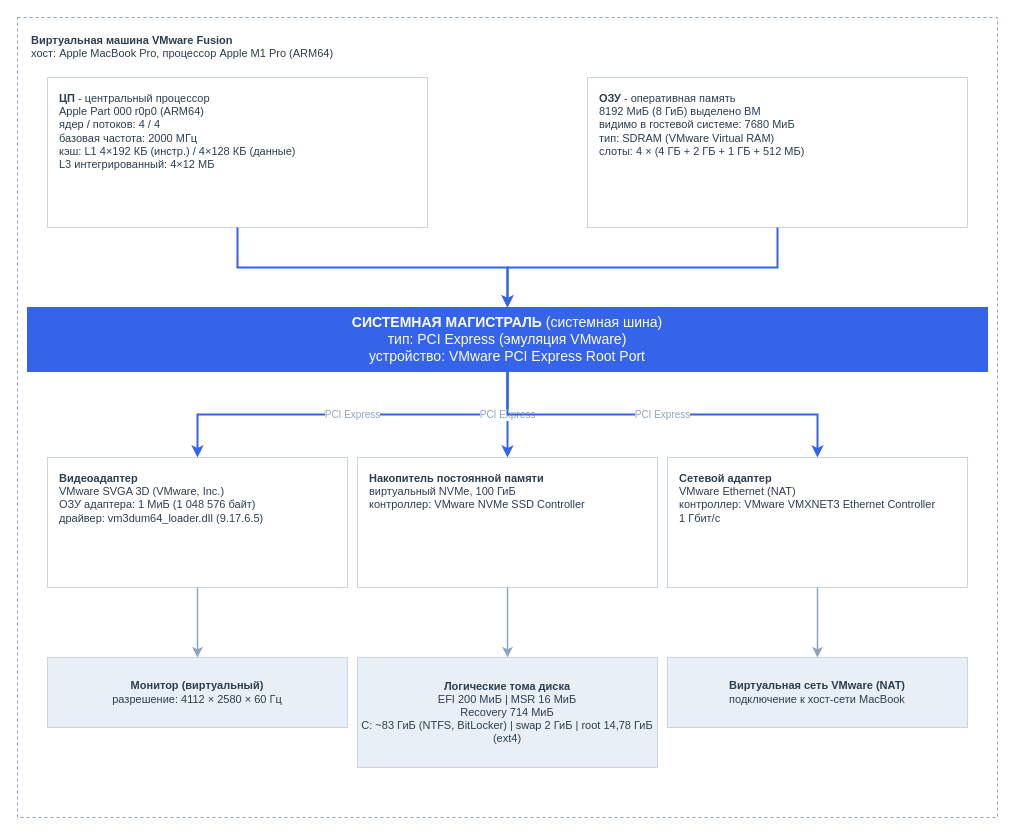
Before: lab1/схема_аппаратная_конфигурация.drawio in martim-x/OperatingSystems, a draw.io diagram. Source tidied: cells renumbered, new cells numbered last; positions are measured from the earlier drawing's top-left corner, leaving out a move shared by most shapes. Both pictures are drawn from the tidied source at 100%, with x=0, y=0 at pixel (17, 17).
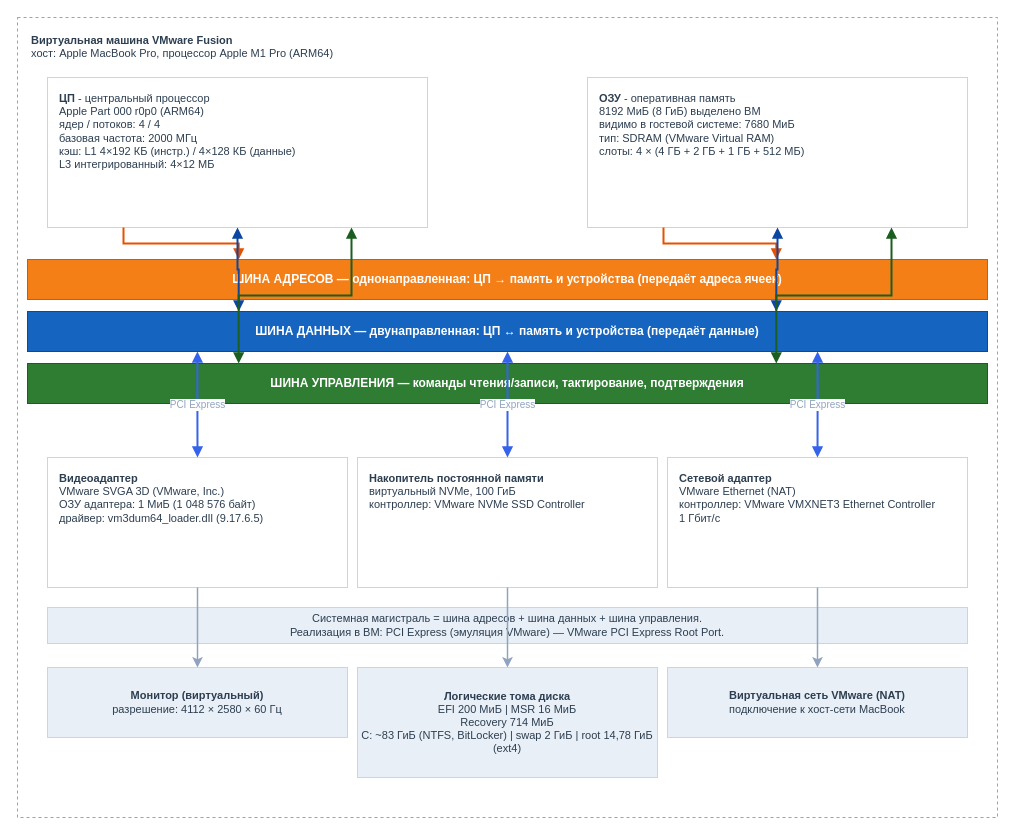
The same diagram, later.

Commit message (it also covers changes not shown here):
lab1: сдана — схема магистрали с 3 типами шин, кавычки-ёлочки по норме, чистка исходников

The change refers to these unchanged cells:
```xml
<mxCell id="3" value="&lt;b&gt;ЦП&lt;/b&gt; - центральный процессор&lt;br&gt;Apple Part 000 r0p0 (ARM64)&lt;br&gt;ядер / потоков: 4 / 4&lt;br&gt;базовая частота: 2000 МГц&lt;br&gt;кэш: L1 4×192 КБ (инстр.) / 4×128 КБ (данные)&lt;br&gt;L3 интегрированный: 4×12 МБ" style="rounded=0;whiteSpace=wrap;html=1;fillColor=#ffffff;strokeColor=#cbd5e0;strokeWidth=1;verticalAlign=top;align=left;spacingLeft=10;spacingTop=8;fontColor=#2c3e50;fontSize=11;" parent="1" vertex="1">
  <mxGeometry x="30" y="60" width="380" height="150" as="geometry" />
</mxCell>
<mxCell id="4" value="&lt;b&gt;ОЗУ&lt;/b&gt; - оперативная память&lt;br&gt;8192 МиБ (8 ГиБ) выделено ВМ&lt;br&gt;видимо в гостевой системе: 7680 МиБ&lt;br&gt;тип: SDRAM (VMware Virtual RAM)&lt;br&gt;слоты: 4 × (4 ГБ + 2 ГБ + 1 ГБ + 512 МБ)" style="rounded=0;whiteSpace=wrap;html=1;fillColor=#ffffff;strokeColor=#cbd5e0;strokeWidth=1;verticalAlign=top;align=left;spacingLeft=10;spacingTop=8;fontColor=#2c3e50;fontSize=11;" parent="1" vertex="1">
  <mxGeometry x="570" y="60" width="380" height="150" as="geometry" />
</mxCell>
<mxCell id="6" value="&lt;b&gt;Видеоадаптер&lt;/b&gt;&lt;br&gt;VMware SVGA 3D (VMware, Inc.)&lt;br&gt;ОЗУ адаптера: 1 МиБ (1 048 576 байт)&lt;br&gt;драйвер: vm3dum64_loader.dIl (9.17.6.5)" style="rounded=0;whiteSpace=wrap;html=1;fillColor=#ffffff;strokeColor=#cbd5e0;strokeWidth=1;verticalAlign=top;align=left;spacingLeft=10;spacingTop=8;fontColor=#2c3e50;fontSize=11;" parent="1" vertex="1">
  <mxGeometry x="30" y="440" width="300" height="130" as="geometry" />
</mxCell>
<mxCell id="7" value="&lt;b&gt;Накопитель постоянной памяти&lt;/b&gt;&lt;br&gt;виртуальный NVMe, 100 ГиБ&lt;br&gt;контроллер: VMware NVMe SSD Controller" style="rounded=0;whiteSpace=wrap;html=1;fillColor=#ffffff;strokeColor=#cbd5e0;strokeWidth=1;verticalAlign=top;align=left;spacingLeft=10;spacingTop=8;fontColor=#2c3e50;fontSize=11;" parent="1" vertex="1">
  <mxGeometry x="340" y="440" width="300" height="130" as="geometry" />
</mxCell>
<mxCell id="8" value="&lt;b&gt;Сетевой адаптер&lt;/b&gt;&lt;br&gt;VMware Ethernet (NAT)&lt;br&gt;контроллер: VMware VMXNET3 Ethernet Controller&lt;br&gt;1 Гбит/с" style="rounded=0;whiteSpace=wrap;html=1;fillColor=#ffffff;strokeColor=#cbd5e0;strokeWidth=1;verticalAlign=top;align=left;spacingLeft=10;spacingTop=8;fontColor=#2c3e50;fontSize=11;" parent="1" vertex="1">
  <mxGeometry x="650" y="440" width="300" height="130" as="geometry" />
</mxCell>
```

The edit, as a diff of the source:
```diff
@@
-    <mxCell id="5" value="&lt;b&gt;СИСТЕМНАЯ МАГИСТРАЛЬ&lt;/b&gt; (системная шина)&lt;br&gt;тип: PCI Express (эмуляция VMware)&lt;br&gt;устройство: VMware PCI Express Root Port" style="rounded=0;whiteSpace=wrap;html=1;fillColor=#3563e9;strokeColor=#3563e9;strokeWidth=1;verticalAlign=middle;align=center;fontColor=#ffffff;fontSize=14;fontStyle=0;" parent="1" vertex="1">
-      <mxGeometry x="10" y="290" width="960" height="64" as="geometry" />
-    </mxCell>
+    <mxCell id="20" value="&lt;b&gt;ШИНА АДРЕСОВ&lt;/b&gt; — однонаправленная: ЦП → память и устройства (передаёт адреса ячеек)" style="rounded=0;whiteSpace=wrap;html=1;fillColor=#F57F17;strokeColor=#E65100;strokeWidth=1;verticalAlign=middle;align=center;fontColor=#ffffff;fontSize=12;fontStyle=1;" parent="1" vertex="1">
+      <mxGeometry x="10" y="242" width="960" height="40" as="geometry" />
+    </mxCell>
+    <mxCell id="21" value="&lt;b&gt;ШИНА ДАННЫХ&lt;/b&gt; — двунаправленная: ЦП ↔ память и устройства (передаёт данные)" style="rounded=0;whiteSpace=wrap;html=1;fillColor=#1565C0;strokeColor=#0D47A1;strokeWidth=1;verticalAlign=middle;align=center;fontColor=#ffffff;fontSize=12;fontStyle=1;" parent="1" vertex="1">
+      <mxGeometry x="10" y="294" width="960" height="40" as="geometry" />
+    </mxCell>
+    <mxCell id="22" value="&lt;b&gt;ШИНА УПРАВЛЕНИЯ&lt;/b&gt; — команды чтения/записи, тактирование, подтверждения" style="rounded=0;whiteSpace=wrap;html=1;fillColor=#2E7D32;strokeColor=#1B5E20;strokeWidth=1;verticalAlign=middle;align=center;fontColor=#ffffff;fontSize=12;fontStyle=1;" parent="1" vertex="1">
+      <mxGeometry x="10" y="346" width="960" height="40" as="geometry" />
+    </mxCell>
@@
+    <mxCell id="23" value="Системная магистраль = шина адресов + шина данных + шина управления.&lt;br&gt;Реализация в ВМ: PCI Express (эмуляция VMware) — VMware PCI Express Root Port." style="rounded=0;whiteSpace=wrap;html=1;fillColor=#e8eff6;strokeColor=#cbd5e0;strokeWidth=1;verticalAlign=middle;align=center;fontColor=#2c3e50;fontSize=11;" parent="1" vertex="1">
+      <mxGeometry x="30" y="590" width="920" height="36" as="geometry" />
+    </mxCell>
     <mxCell id="9" value="&lt;b&gt;Монитор (виртуальный)&lt;/b&gt;&lt;br&gt;разрешение: 4112 × 2580 × 60 Гц" style="rounded=0;whiteSpace=wrap;html=1;fillColor=#e8eff6;strokeColor=#cbd5e0;strokeWidth=1;verticalAlign=middle;align=center;fontColor=#2c3e50;fontSize=11;" parent="1" vertex="1">
-      <mxGeometry x="30" y="640" width="300" height="70" as="geometry" />
+      <mxGeometry x="30" y="650" width="300" height="70" as="geometry" />
     </mxCell>
     <mxCell id="10" value="&lt;b&gt;Логические тома диска&lt;/b&gt;&lt;br&gt;EFI 200 МиБ | MSR 16 МиБ&lt;br&gt;Recovery 714 МиБ&lt;br&gt;C: ~83 ГиБ (NTFS, BitLocker) | swap 2 ГиБ | root 14,78 ГиБ (ext4)" style="rounded=0;whiteSpace=wrap;html=1;fillColor=#e8eff6;strokeColor=#cbd5e0;strokeWidth=1;verticalAlign=middle;align=center;fontColor=#2c3e50;fontSize=11;" parent="1" vertex="1">
-      <mxGeometry x="340" y="640" width="300" height="110" as="geometry" />
+      <mxGeometry x="340" y="650" width="300" height="110" as="geometry" />
     </mxCell>
     <mxCell id="11" value="&lt;b&gt;Виртуальная сеть VMware (NAT)&lt;/b&gt;&lt;br&gt;подключение к хост-сети MacBook" style="rounded=0;whiteSpace=wrap;html=1;fillColor=#e8eff6;strokeColor=#cbd5e0;strokeWidth=1;verticalAlign=middle;align=center;fontColor=#2c3e50;fontSize=11;" parent="1" vertex="1">
-      <mxGeometry x="650" y="640" width="300" height="70" as="geometry" />
+      <mxGeometry x="650" y="650" width="300" height="70" as="geometry" />
     </mxCell>
-    <mxCell id="12" style="edgeStyle=orthogonalEdgeStyle;rounded=0;html=1;strokeColor=#3563e9;strokeWidth=2;exitX=0.5;exitY=1;exitDx=0;exitDy=0;entryX=0.5;entryY=0;entryDx=0;entryDy=0;" parent="1" edge="1" source="3" target="5">
-      <mxGeometry relative="1" as="geometry" />
-    </mxCell>
-    <mxCell id="13" style="edgeStyle=orthogonalEdgeStyle;rounded=0;html=1;strokeColor=#3563e9;strokeWidth=2;exitX=0.5;exitY=1;exitDx=0;exitDy=0;entryX=0.5;entryY=0;entryDx=0;entryDy=0;" parent="1" edge="1" source="4" target="5">
-      <mxGeometry relative="1" as="geometry" />
-    </mxCell>
+    <mxCell id="24" style="edgeStyle=orthogonalEdgeStyle;rounded=0;html=1;strokeColor=#E65100;strokeWidth=2;endArrow=block;endFill=1;exitX=0.2;exitY=1;exitDx=0;exitDy=0;entryX=0.22;entryY=0;entryDx=0;entryDy=0;" parent="1" edge="1" source="3" target="20">
+      <mxGeometry relative="1" as="geometry" />
+    </mxCell>
+    <mxCell id="25" style="edgeStyle=orthogonalEdgeStyle;rounded=0;html=1;strokeColor=#0D47A1;strokeWidth=2;endArrow=block;endFill=1;startArrow=block;startFill=1;exitX=0.5;exitY=1;exitDx=0;exitDy=0;entryX=0.22;entryY=0;entryDx=0;entryDy=0;" parent="1" edge="1" source="3" target="21">
+      <mxGeometry relative="1" as="geometry" />
+    </mxCell>
+    <mxCell id="26" style="edgeStyle=orthogonalEdgeStyle;rounded=0;html=1;strokeColor=#1B5E20;strokeWidth=2;endArrow=block;endFill=1;startArrow=block;startFill=1;exitX=0.8;exitY=1;exitDx=0;exitDy=0;entryX=0.22;entryY=0;entryDx=0;entryDy=0;" parent="1" edge="1" source="3" target="22">
+      <mxGeometry relative="1" as="geometry" />
+    </mxCell>
+    <mxCell id="27" style="edgeStyle=orthogonalEdgeStyle;rounded=0;html=1;strokeColor=#E65100;strokeWidth=2;endArrow=block;endFill=1;exitX=0.2;exitY=1;exitDx=0;exitDy=0;entryX=0.78;entryY=0;entryDx=0;entryDy=0;" parent="1" edge="1" source="4" target="20">
+      <mxGeometry relative="1" as="geometry" />
+    </mxCell>
+    <mxCell id="28" style="edgeStyle=orthogonalEdgeStyle;rounded=0;html=1;strokeColor=#0D47A1;strokeWidth=2;endArrow=block;endFill=1;startArrow=block;startFill=1;exitX=0.5;exitY=1;exitDx=0;exitDy=0;entryX=0.78;entryY=0;entryDx=0;entryDy=0;" parent="1" edge="1" source="4" target="21">
+      <mxGeometry relative="1" as="geometry" />
+    </mxCell>
+    <mxCell id="29" style="edgeStyle=orthogonalEdgeStyle;rounded=0;html=1;strokeColor=#1B5E20;strokeWidth=2;endArrow=block;endFill=1;startArrow=block;startFill=1;exitX=0.8;exitY=1;exitDx=0;exitDy=0;entryX=0.78;entryY=0;entryDx=0;entryDy=0;" parent="1" edge="1" source="4" target="22">
+      <mxGeometry relative="1" as="geometry" />
+    </mxCell>
-    <mxCell id="14" value="PCI Express" style="edgeStyle=orthogonalEdgeStyle;rounded=0;html=1;strokeColor=#3563e9;strokeWidth=2;exitX=0.5;exitY=1;exitDx=0;exitDy=0;entryX=0.5;entryY=0;entryDx=0;entryDy=0;fontColor=#90a3bf;fontSize=10;labelBackgroundColor=#ffffff;" parent="1" edge="1" source="5" target="6">
+    <mxCell id="14" value="PCI Express" style="edgeStyle=orthogonalEdgeStyle;rounded=0;html=1;strokeColor=#3563e9;strokeWidth=2;endArrow=block;endFill=1;startArrow=block;startFill=1;exitX=0.177;exitY=1;exitDx=0;exitDy=0;entryX=0.5;entryY=0;entryDx=0;entryDy=0;fontColor=#90a3bf;fontSize=10;labelBackgroundColor=#ffffff;" parent="1" edge="1" source="21" target="6">
       <mxGeometry relative="1" as="geometry" />
     </mxCell>
-    <mxCell id="15" value="PCI Express" style="edgeStyle=orthogonalEdgeStyle;rounded=0;html=1;strokeColor=#3563e9;strokeWidth=2;exitX=0.5;exitY=1;exitDx=0;exitDy=0;entryX=0.5;entryY=0;entryDx=0;entryDy=0;fontColor=#90a3bf;fontSize=10;labelBackgroundColor=#ffffff;" parent="1" edge="1" source="5" target="7">
+    <mxCell id="15" value="PCI Express" style="edgeStyle=orthogonalEdgeStyle;rounded=0;html=1;strokeColor=#3563e9;strokeWidth=2;endArrow=block;endFill=1;startArrow=block;startFill=1;exitX=0.5;exitY=1;exitDx=0;exitDy=0;entryX=0.5;entryY=0;entryDx=0;entryDy=0;fontColor=#90a3bf;fontSize=10;labelBackgroundColor=#ffffff;" parent="1" edge="1" source="21" target="7">
       <mxGeometry relative="1" as="geometry" />
     </mxCell>
-    <mxCell id="16" value="PCI Express" style="edgeStyle=orthogonalEdgeStyle;rounded=0;html=1;strokeColor=#3563e9;strokeWidth=2;exitX=0.5;exitY=1;exitDx=0;exitDy=0;entryX=0.5;entryY=0;entryDx=0;entryDy=0;fontColor=#90a3bf;fontSize=10;labelBackgroundColor=#ffffff;" parent="1" edge="1" source="5" target="8">
+    <mxCell id="16" value="PCI Express" style="edgeStyle=orthogonalEdgeStyle;rounded=0;html=1;strokeColor=#3563e9;strokeWidth=2;endArrow=block;endFill=1;startArrow=block;startFill=1;exitX=0.823;exitY=1;exitDx=0;exitDy=0;entryX=0.5;entryY=0;entryDx=0;entryDy=0;fontColor=#90a3bf;fontSize=10;labelBackgroundColor=#ffffff;" parent="1" edge="1" source="21" target="8">
       <mxGeometry relative="1" as="geometry" />
     </mxCell>
```
